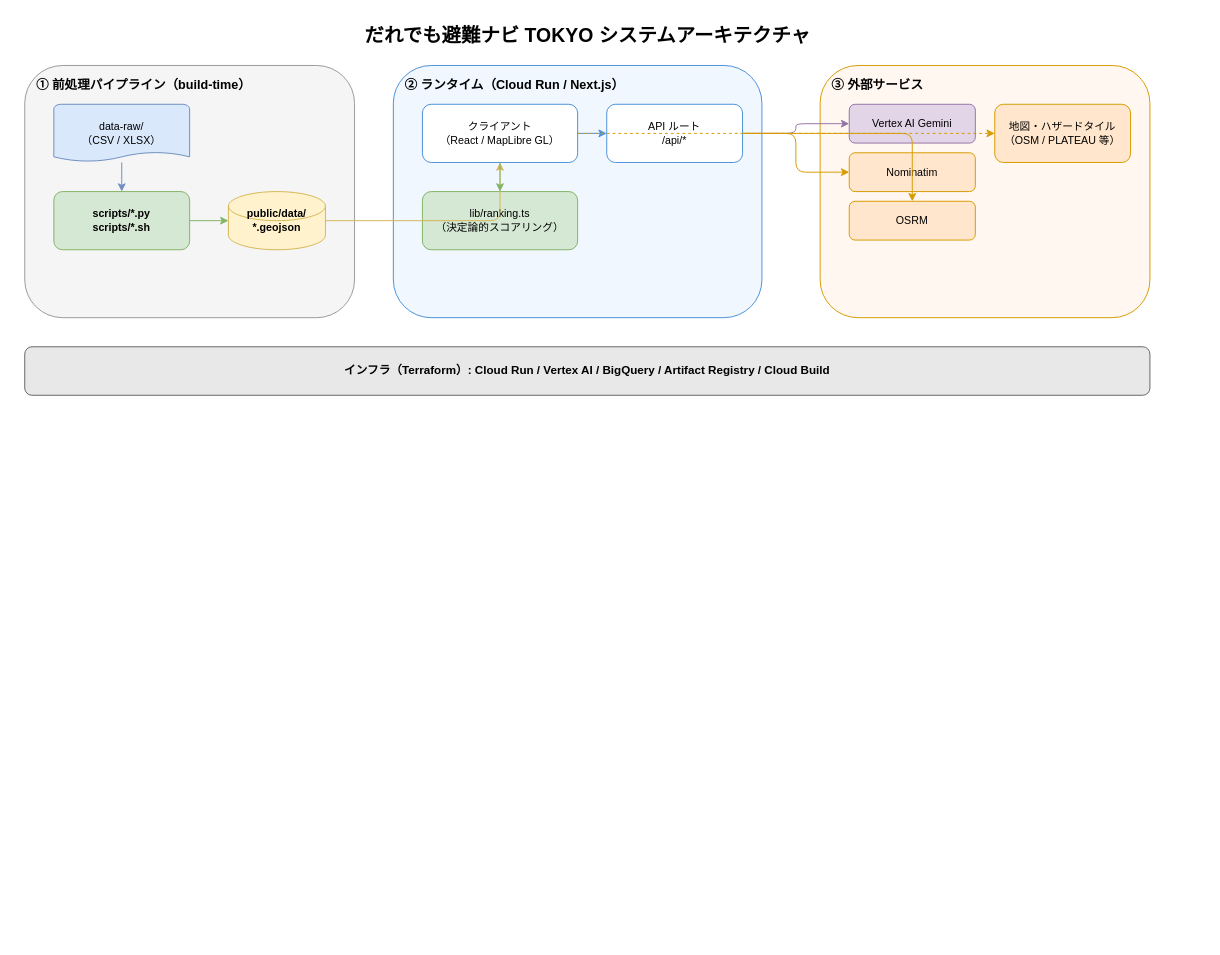
muroshima/Hinan-Navi-Tokyo keeps this draw.io diagram as docs/architecture.drawio. Above is the earlier version. Source tidied: cells renumbered, new cells numbered last; positions are measured from the earlier drawing's top-left corner, leaving out a move shared by most shapes. Both pictures are drawn from the tidied source at 97%, with x=0, y=0 at pixel (24, 16).
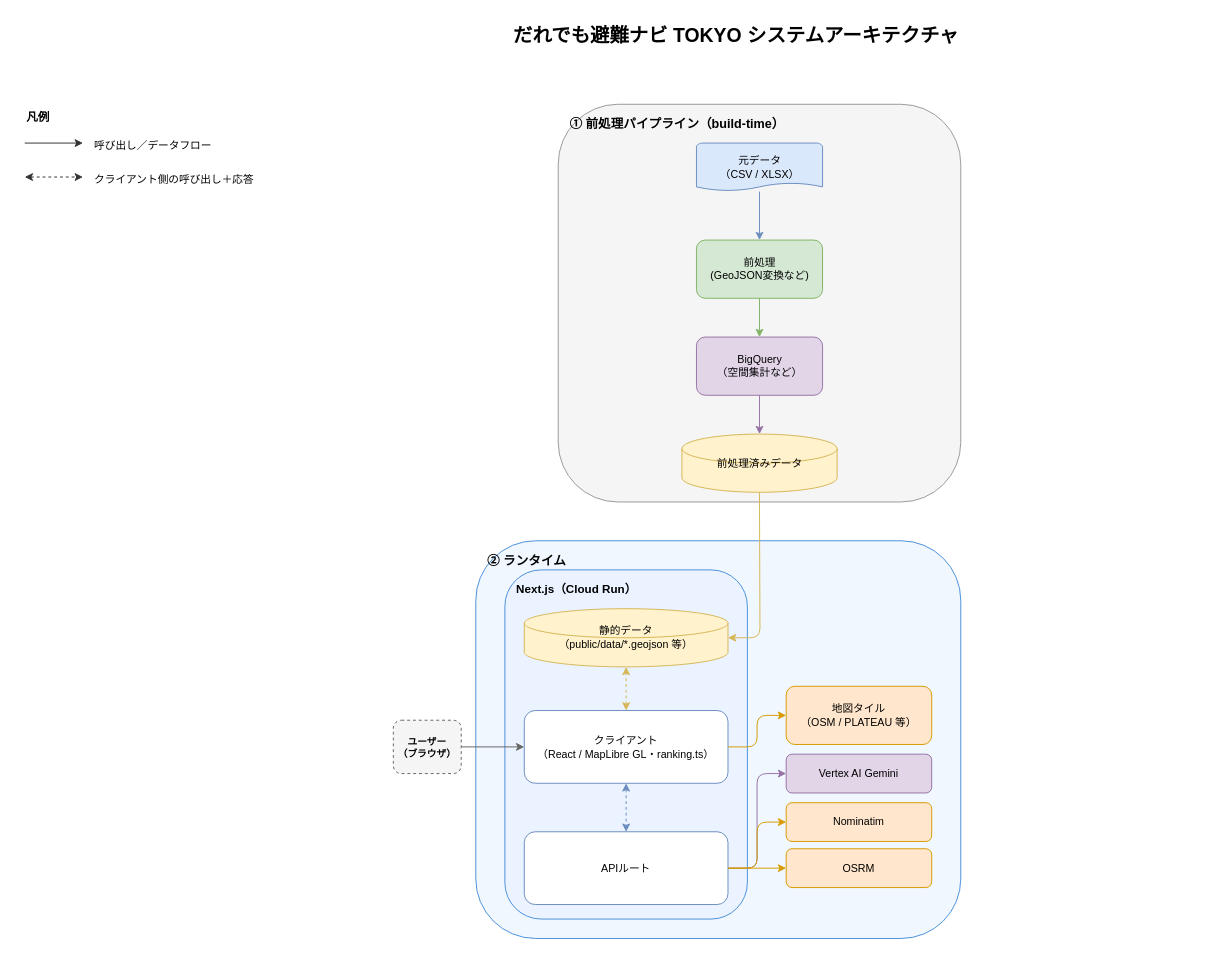
The same diagram, later.

Commit message (it also covers changes not shown here):
docs: レイアウト整理・凡例復元・エッジ整理でアーキテクチャ図をクリーンアップ

垂直2段構成への変更後に残った不要なジオメトリ・重複ポイント・自動生成
IDのエッジを整理し、失われた凡例セクションを復元

Diff of the diagram source:
```diff
@@
     <mxCell id="2" value="だれでも避難ナビ TOKYO システムアーキテクチャ" style="text;html=1;fontSize=20;fontStyle=1;align=center;" parent="1" vertex="1">
-      <mxGeometry width="1160" height="30" as="geometry" />
+      <mxGeometry x="250" width="965" height="30" as="geometry" />
     </mxCell>
     <mxCell id="3" value="① 前処理パイプライン（build-time）" style="rounded=1;whiteSpace=wrap;html=1;fillColor=#f5f5f5;strokeColor=#999999;verticalAlign=top;fontStyle=1;fontSize=13;align=left;spacingLeft=10;spacingTop=6;dashed=0;" parent="1" vertex="1">
-      <mxGeometry y="50" width="340" height="260" as="geometry" />
+      <mxGeometry x="550" y="90" width="415" height="410" as="geometry" />
     </mxCell>
-    <mxCell id="4" value="data-raw/&#10;（CSV / XLSX）" style="shape=mxgraph.flowchart.document;whiteSpace=wrap;html=1;fillColor=#dae8fc;strokeColor=#6c8ebf;fontSize=11;" parent="1" vertex="1">
-      <mxGeometry x="30" y="90" width="140" height="60" as="geometry" />
+    <mxCell id="4" value="元データ&#10;（CSV / XLSX）" style="shape=mxgraph.flowchart.document;whiteSpace=wrap;html=1;fillColor=#dae8fc;strokeColor=#6c8ebf;fontSize=11;" parent="1" vertex="1">
+      <mxGeometry x="692.5" y="130" width="130" height="50" as="geometry" />
     </mxCell>
-    <mxCell id="5" value="scripts/*.py&#10;scripts/*.sh" style="rounded=1;whiteSpace=wrap;html=1;fillColor=#d5e8d4;strokeColor=#82b366;fontSize=11;fontStyle=1;" parent="1" vertex="1">
-      <mxGeometry x="30" y="180" width="140" height="60" as="geometry" />
+    <mxCell id="5" value="&lt;span style=&quot;font-weight: normal;&quot;&gt;前処理&lt;br&gt;(GeoJSON変換など)&lt;/span&gt;" style="rounded=1;whiteSpace=wrap;html=1;fillColor=#d5e8d4;strokeColor=#82b366;fontSize=11;fontStyle=1;" parent="1" vertex="1">
+      <mxGeometry x="692.5" y="230" width="130" height="60" as="geometry" />
     </mxCell>
-    <mxCell id="6" value="public/data/&#10;*.geojson" style="shape=cylinder3;whiteSpace=wrap;html=1;fillColor=#fff2cc;strokeColor=#d6b656;fontSize=11;fontStyle=1;" parent="1" vertex="1">
-      <mxGeometry x="210" y="180" width="100" height="60" as="geometry" />
-    </mxCell>
+    <mxCell id="26" value="BigQuery&lt;br&gt;（空間集計など）" style="rounded=1;whiteSpace=wrap;html=1;fillColor=#e1d5e7;strokeColor=#9673a6;fontSize=11;" parent="1" vertex="1">
+      <mxGeometry x="692.5" y="330" width="130" height="60" as="geometry" />
+    </mxCell>
+    <mxCell id="27" value="&lt;span style=&quot;font-weight: normal;&quot;&gt;前処理済みデータ&lt;/span&gt;" style="shape=cylinder3;whiteSpace=wrap;html=1;fillColor=#fff2cc;strokeColor=#d6b656;fontSize=11;fontStyle=1;" parent="1" vertex="1">
+      <mxGeometry x="677.5" y="430" width="160" height="60" as="geometry" />
+    </mxCell>
@@
-    <mxCell id="8" style="edgeStyle=orthogonalEdgeStyle;html=1;strokeColor=#82b366;" parent="1" edge="1" source="5" target="6">
-      <mxGeometry relative="1" as="geometry" />
-    </mxCell>
+    <mxCell id="28" style="edgeStyle=orthogonalEdgeStyle;html=1;strokeColor=#82b366;" parent="1" edge="1" source="5" target="26">
+      <mxGeometry relative="1" as="geometry" />
+    </mxCell>
+    <mxCell id="29" style="edgeStyle=orthogonalEdgeStyle;html=1;strokeColor=#9673a6;" parent="1" edge="1" source="26" target="27">
+      <mxGeometry relative="1" as="geometry" />
+    </mxCell>
-    <mxCell id="9" value="② ランタイム（Cloud Run / Next.js）" style="rounded=1;whiteSpace=wrap;html=1;fillColor=#f0f7ff;strokeColor=#4a90d9;verticalAlign=top;fontStyle=1;fontSize=13;align=left;spacingLeft=10;spacingTop=6;" parent="1" vertex="1">
-      <mxGeometry x="380" y="50" width="380" height="260" as="geometry" />
+    <mxCell id="9" value="② ランタイム" style="rounded=1;whiteSpace=wrap;html=1;fillColor=#f0f7ff;strokeColor=#4a90d9;verticalAlign=top;fontStyle=1;fontSize=13;align=left;spacingLeft=10;spacingTop=6;" parent="1" vertex="1">
+      <mxGeometry x="465" y="540" width="500" height="410" as="geometry" />
     </mxCell>
+    <mxCell id="30" value="Next.js（Cloud Run）" style="rounded=1;whiteSpace=wrap;html=1;fillColor=#eaf3ff;strokeColor=#4a90d9;verticalAlign=top;align=left;spacingLeft=10;spacingTop=6;fontSize=12;fontStyle=1;" parent="1" vertex="1">
+      <mxGeometry x="495" y="570" width="250" height="360" as="geometry" />
+    </mxCell>
+    <mxCell id="31" value="&lt;span style=&quot;font-weight: normal;&quot;&gt;静的データ&lt;br&gt;（public/data/*.geojson 等）&lt;/span&gt;" style="shape=cylinder3;whiteSpace=wrap;html=1;fillColor=#fff2cc;strokeColor=#d6b656;fontSize=11;" parent="1" vertex="1">
+      <mxGeometry x="515" y="610" width="210" height="60" as="geometry" />
+    </mxCell>
-    <mxCell id="10" value="クライアント&#10;（React / MapLibre GL）" style="rounded=1;whiteSpace=wrap;html=1;fillColor=#ffffff;strokeColor=#4a90d9;fontSize=11;" parent="1" vertex="1">
-      <mxGeometry x="410" y="90" width="160" height="60" as="geometry" />
+    <mxCell id="10" value="&lt;span style=&quot;font-weight: normal;&quot;&gt;クライアント&lt;br&gt;（React / MapLibre GL・ranking.ts）&lt;/span&gt;" style="rounded=1;whiteSpace=wrap;html=1;fillColor=#ffffff;strokeColor=#6c8ebf;fontSize=11;fontStyle=1;" parent="1" vertex="1">
+      <mxGeometry x="515" y="715" width="210" height="75" as="geometry" />
     </mxCell>
-    <mxCell id="11" value="lib/ranking.ts&#10;（決定論的スコアリング）" style="rounded=1;whiteSpace=wrap;html=1;fillColor=#d5e8d4;strokeColor=#82b366;fontSize=11;" parent="1" vertex="1">
-      <mxGeometry x="410" y="180" width="160" height="60" as="geometry" />
-    </mxCell>
-    <mxCell id="12" value="API ルート&#10;/api/*" style="rounded=1;whiteSpace=wrap;html=1;fillColor=#ffffff;strokeColor=#4a90d9;fontSize=11;" parent="1" vertex="1">
-      <mxGeometry x="600" y="90" width="140" height="60" as="geometry" />
+    <mxCell id="12" value="&lt;span style=&quot;font-weight: normal;&quot;&gt;APIルート&lt;/span&gt;" style="rounded=1;whiteSpace=wrap;html=1;fillColor=#ffffff;strokeColor=#6c8ebf;fontSize=11;fontStyle=1;" parent="1" vertex="1">
+      <mxGeometry x="515" y="840" width="210" height="75" as="geometry" />
     </mxCell>
-    <mxCell id="13" style="edgeStyle=orthogonalEdgeStyle;html=1;strokeColor=#d6b656;" parent="1" edge="1" source="6" target="10">
-      <mxGeometry relative="1" as="geometry" />
-    </mxCell>
-    <mxCell id="14" style="edgeStyle=orthogonalEdgeStyle;html=1;strokeColor=#82b366;" parent="1" edge="1" source="10" target="11">
-      <mxGeometry relative="1" as="geometry" />
-    </mxCell>
-    <mxCell id="15" style="edgeStyle=orthogonalEdgeStyle;html=1;strokeColor=#4a90d9;" parent="1" edge="1" source="10" target="12">
-      <mxGeometry relative="1" as="geometry" />
-    </mxCell>
-    <mxCell id="16" value="③ 外部サービス" style="rounded=1;whiteSpace=wrap;html=1;fillColor=#fff7f0;strokeColor=#d79b00;verticalAlign=top;fontStyle=1;fontSize=13;align=left;spacingLeft=10;spacingTop=6;" parent="1" vertex="1">
-      <mxGeometry x="820" y="50" width="340" height="260" as="geometry" />
-    </mxCell>
+    <mxCell id="20" value="地図タイル&#10;（OSM / PLATEAU 等）" style="rounded=1;whiteSpace=wrap;html=1;fillColor=#ffe6cc;strokeColor=#d79b00;fontSize=11;" parent="1" vertex="1">
+      <mxGeometry x="785" y="690" width="150" height="60" as="geometry" />
+    </mxCell>
     <mxCell id="17" value="Vertex AI Gemini" style="rounded=1;whiteSpace=wrap;html=1;fillColor=#e1d5e7;strokeColor=#9673a6;fontSize=11;" parent="1" vertex="1">
-      <mxGeometry x="850" y="90" width="130" height="40" as="geometry" />
+      <mxGeometry x="785" y="760" width="150" height="40" as="geometry" />
     </mxCell>
     <mxCell id="18" value="Nominatim" style="rounded=1;whiteSpace=wrap;html=1;fillColor=#ffe6cc;strokeColor=#d79b00;fontSize=11;" parent="1" vertex="1">
-      <mxGeometry x="850" y="140" width="130" height="40" as="geometry" />
+      <mxGeometry x="785" y="810" width="150" height="40" as="geometry" />
     </mxCell>
     <mxCell id="19" value="OSRM" style="rounded=1;whiteSpace=wrap;html=1;fillColor=#ffe6cc;strokeColor=#d79b00;fontSize=11;" parent="1" vertex="1">
-      <mxGeometry x="850" y="190" width="130" height="40" as="geometry" />
+      <mxGeometry x="785" y="857.5" width="150" height="40" as="geometry" />
     </mxCell>
-    <mxCell id="20" value="地図・ハザードタイル&#10;（OSM / PLATEAU 等）" style="rounded=1;whiteSpace=wrap;html=1;fillColor=#ffe6cc;strokeColor=#d79b00;fontSize=11;" parent="1" vertex="1">
-      <mxGeometry x="1000" y="90" width="140" height="60" as="geometry" />
-    </mxCell>
+    <mxCell id="32" value="ユーザー&#10;（ブラウザ）" style="rounded=1;whiteSpace=wrap;html=1;fillColor=#f5f5f5;strokeColor=#666666;dashed=1;fontSize=10;fontStyle=1;" parent="1" vertex="1">
+      <mxGeometry x="380" y="725" width="70" height="55" as="geometry" />
+    </mxCell>
+    <mxCell id="33" style="edgeStyle=orthogonalEdgeStyle;html=1;strokeColor=#666666;exitX=1;exitY=0.5;exitDx=0;exitDy=0;entryX=0;entryY=0.5;entryDx=0;entryDy=0;" parent="1" edge="1" source="32" target="10">
+      <mxGeometry relative="1" as="geometry" />
+    </mxCell>
+    <mxCell id="34" style="edgeStyle=orthogonalEdgeStyle;html=1;strokeColor=#d6b656;exitX=0.5;exitY=1;exitDx=0;exitDy=0;entryX=1;entryY=0.5;entryDx=0;entryDy=0;entryPerimeter=0;exitPerimeter=0;" parent="1" edge="1" source="27" target="31">
+      <mxGeometry relative="1" as="geometry">
+        <Array as="points">
+          <mxPoint x="758" y="510" />
+          <mxPoint x="758" y="640" />
+        </Array>
+      </mxGeometry>
+    </mxCell>
+    <mxCell id="35" style="edgeStyle=orthogonalEdgeStyle;html=1;strokeColor=#d6b656;dashed=1;startArrow=classic;startFill=1;exitX=0.5;exitY=0;exitDx=0;exitDy=0;entryX=0.5;entryY=1;entryDx=0;entryDy=0;" parent="1" edge="1" source="10" target="31">
+      <mxGeometry relative="1" as="geometry" />
+    </mxCell>
+    <mxCell id="15" style="edgeStyle=orthogonalEdgeStyle;html=1;strokeColor=#6c8ebf;dashed=1;startArrow=classic;startFill=1;exitX=0.5;exitY=1;exitDx=0;exitDy=0;entryX=0.5;entryY=0;entryDx=0;entryDy=0;" parent="1" edge="1" source="10" target="12">
+      <mxGeometry relative="1" as="geometry" />
+    </mxCell>
-    <mxCell id="21" style="edgeStyle=orthogonalEdgeStyle;html=1;strokeColor=#9673a6;" parent="1" edge="1" source="12" target="17">
+    <mxCell id="21" style="edgeStyle=orthogonalEdgeStyle;html=1;strokeColor=#9673a6;exitX=1;exitY=0.5;exitDx=0;exitDy=0;entryX=0;entryY=0.5;entryDx=0;entryDy=0;" parent="1" edge="1" source="12" target="17">
       <mxGeometry relative="1" as="geometry" />
     </mxCell>
-    <mxCell id="22" style="edgeStyle=orthogonalEdgeStyle;html=1;strokeColor=#d79b00;" parent="1" edge="1" source="12" target="18">
+    <mxCell id="22" style="edgeStyle=orthogonalEdgeStyle;html=1;strokeColor=#d79b00;exitX=1;exitY=0.5;exitDx=0;exitDy=0;entryX=0;entryY=0.5;entryDx=0;entryDy=0;" parent="1" edge="1" source="12" target="18">
       <mxGeometry relative="1" as="geometry" />
     </mxCell>
-    <mxCell id="23" style="edgeStyle=orthogonalEdgeStyle;html=1;strokeColor=#d79b00;" parent="1" edge="1" source="12" target="19">
+    <mxCell id="23" style="edgeStyle=orthogonalEdgeStyle;html=1;strokeColor=#d79b00;exitX=1;exitY=0.5;exitDx=0;exitDy=0;entryX=0;entryY=0.5;entryDx=0;entryDy=0;" parent="1" edge="1" source="12" target="19">
       <mxGeometry relative="1" as="geometry" />
     </mxCell>
-    <mxCell id="24" style="edgeStyle=orthogonalEdgeStyle;html=1;strokeColor=#d79b00;dashed=1;" parent="1" edge="1" source="10" target="20">
+    <mxCell id="24" style="edgeStyle=orthogonalEdgeStyle;html=1;strokeColor=#d79b00;exitX=1;exitY=0.5;exitDx=0;exitDy=0;entryX=0;entryY=0.5;entryDx=0;entryDy=0;" parent="1" edge="1" source="10" target="20">
       <mxGeometry relative="1" as="geometry" />
     </mxCell>
-    <mxCell id="25" value="インフラ（Terraform）: Cloud Run / Vertex AI / BigQuery / Artifact Registry / Cloud Build" style="rounded=1;whiteSpace=wrap;html=1;fillColor=#e8e8e8;strokeColor=#666666;fontSize=12;fontStyle=1;align=center;" parent="1" vertex="1">
-      <mxGeometry y="340" width="1160" height="50" as="geometry" />
-    </mxCell>
+    <mxCell id="36" value="凡例" style="text;html=1;fontSize=12;fontStyle=1;align=left;" parent="1" vertex="1">
+      <mxGeometry y="90" width="200" height="20" as="geometry" />
+    </mxCell>
+    <mxCell id="37" style="html=1;strokeColor=#333333;" parent="1" edge="1">
+      <mxGeometry relative="1" as="geometry">
+        <mxPoint y="130" as="sourcePoint" />
+        <mxPoint x="60" y="130" as="targetPoint" />
+      </mxGeometry>
+    </mxCell>
+    <mxCell id="38" value="呼び出し／データフロー" style="text;html=1;fontSize=11;align=left;" parent="1" vertex="1">
+      <mxGeometry x="70" y="120" width="220" height="20" as="geometry" />
+    </mxCell>
+    <mxCell id="39" style="html=1;strokeColor=#333333;dashed=1;startArrow=classic;startFill=1;" parent="1" edge="1">
+      <mxGeometry relative="1" as="geometry">
+        <mxPoint y="165" as="sourcePoint" />
+        <mxPoint x="60" y="165" as="targetPoint" />
+      </mxGeometry>
+    </mxCell>
+    <mxCell id="40" value="クライアント側の呼び出し＋応答" style="text;html=1;fontSize=11;align=left;" parent="1" vertex="1">
+      <mxGeometry x="70" y="155" width="240" height="20" as="geometry" />
+    </mxCell>
```
